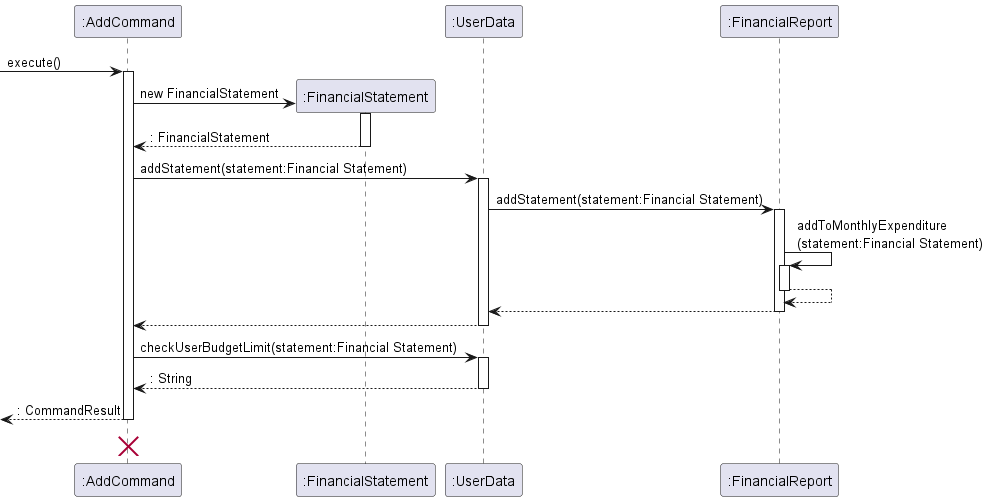
This is docs/images/DeveloperGuide/AddCommandSequenceDiagram.png from nus-cs2113-AY2223S2/tp, a PlantUML export, as it was before one commit.
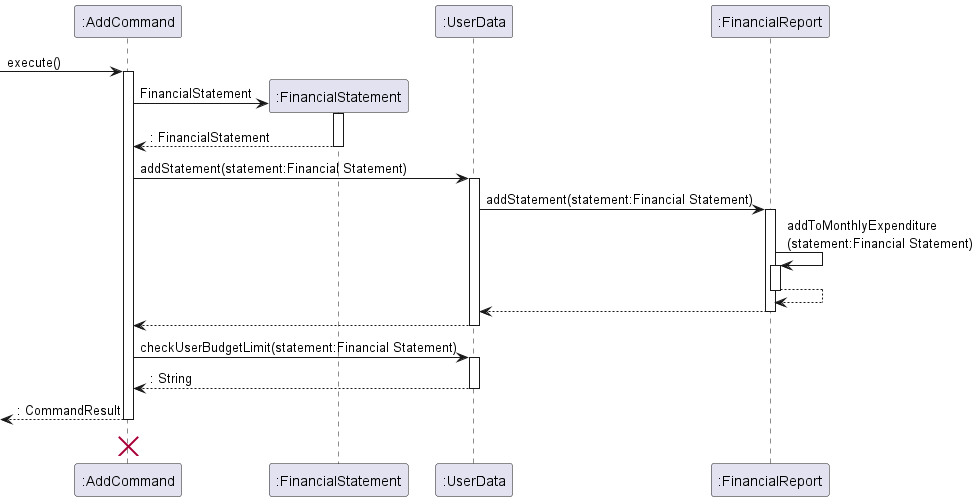
The same diagram one commit later.

Commit message:
Update AddCommmand diagram

What changed in the source:
```diff
@@ -8,7 +8,7 @@
 activate AddCommand
 
 create FinancialStatement
-AddCommand -> FinancialStatement : new FinancialStatement
+AddCommand -> FinancialStatement : FinancialStatement
 activate FinancialStatement
 
 FinancialStatement --> AddCommand : : FinancialStatement
```
